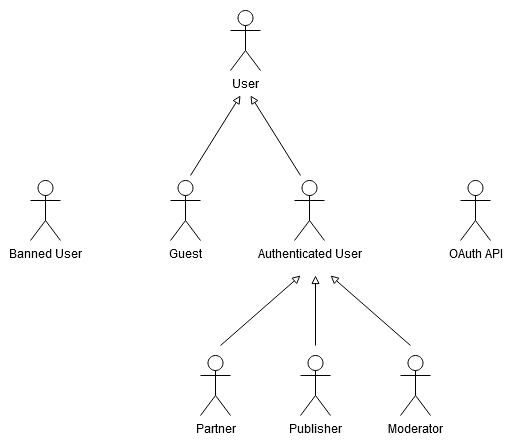
The draw.io diagram img/actors.png in biam05/lbaw-feup, before a commit. Source tidied: cells renumbered, new cells last; positions are measured from the earlier drawing's top-left corner, leaving out a move shared by most shapes.
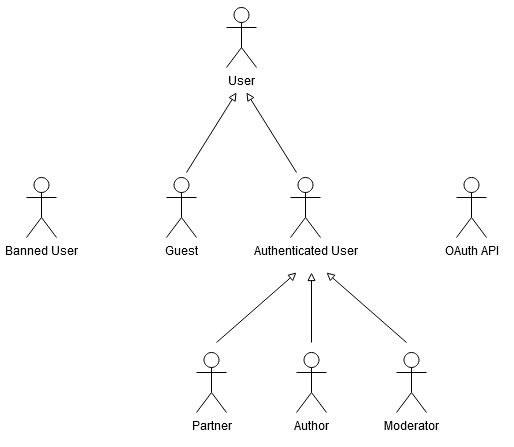
The same diagram one commit later.

Commit message:
Publisher changed to Author on image

What changed in the source:
```diff
@@ -47,7 +47,7 @@
     <mxCell id="12" value="Banned User" style="shape=umlActor;verticalLabelPosition=bottom;verticalAlign=top;html=1;" parent="1" vertex="1">
       <mxGeometry y="170" width="30" height="60" as="geometry" />
     </mxCell>
-    <mxCell id="13" value="Publisher" style="shape=umlActor;verticalLabelPosition=bottom;verticalAlign=top;html=1;" parent="1" vertex="1">
+    <mxCell id="13" value="Author" style="shape=umlActor;verticalLabelPosition=bottom;verticalAlign=top;html=1;" parent="1" vertex="1">
       <mxGeometry x="270" y="345" width="30" height="60" as="geometry" />
     </mxCell>
     <mxCell id="14" style="orthogonalLoop=1;jettySize=auto;html=1;endArrow=block;endFill=0;" parent="1" edge="1">
```
